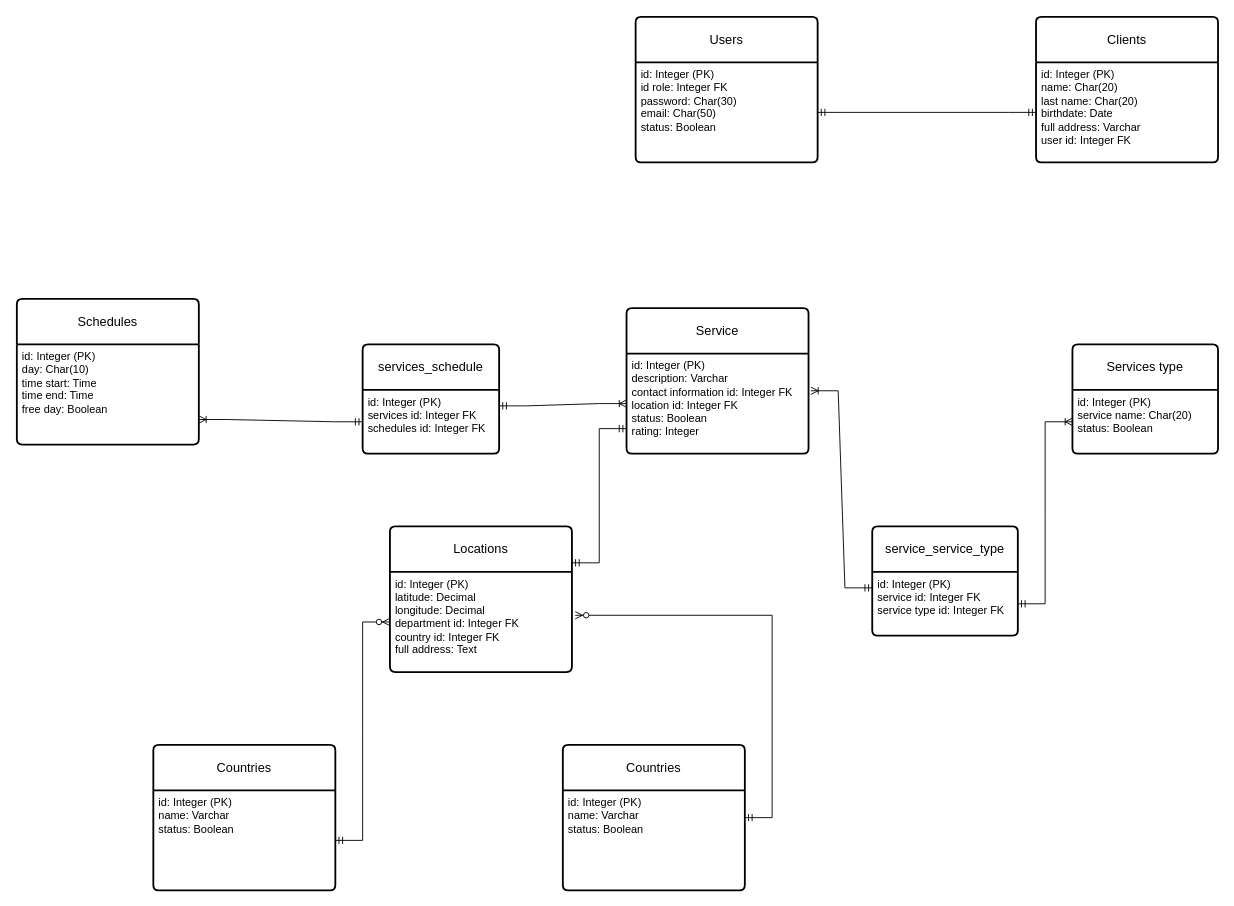
Before: caminoDiagrams/Diagrama fisico.drawio in DrDaxter/diagrams, a draw.io diagram. Source tidied: cells renumbered, new cells numbered last; positions are measured from the earlier drawing's top-left corner, leaving out a move shared by most shapes. Both pictures are drawn from the tidied source at 91%, with x=0, y=0 at pixel (16, 16).
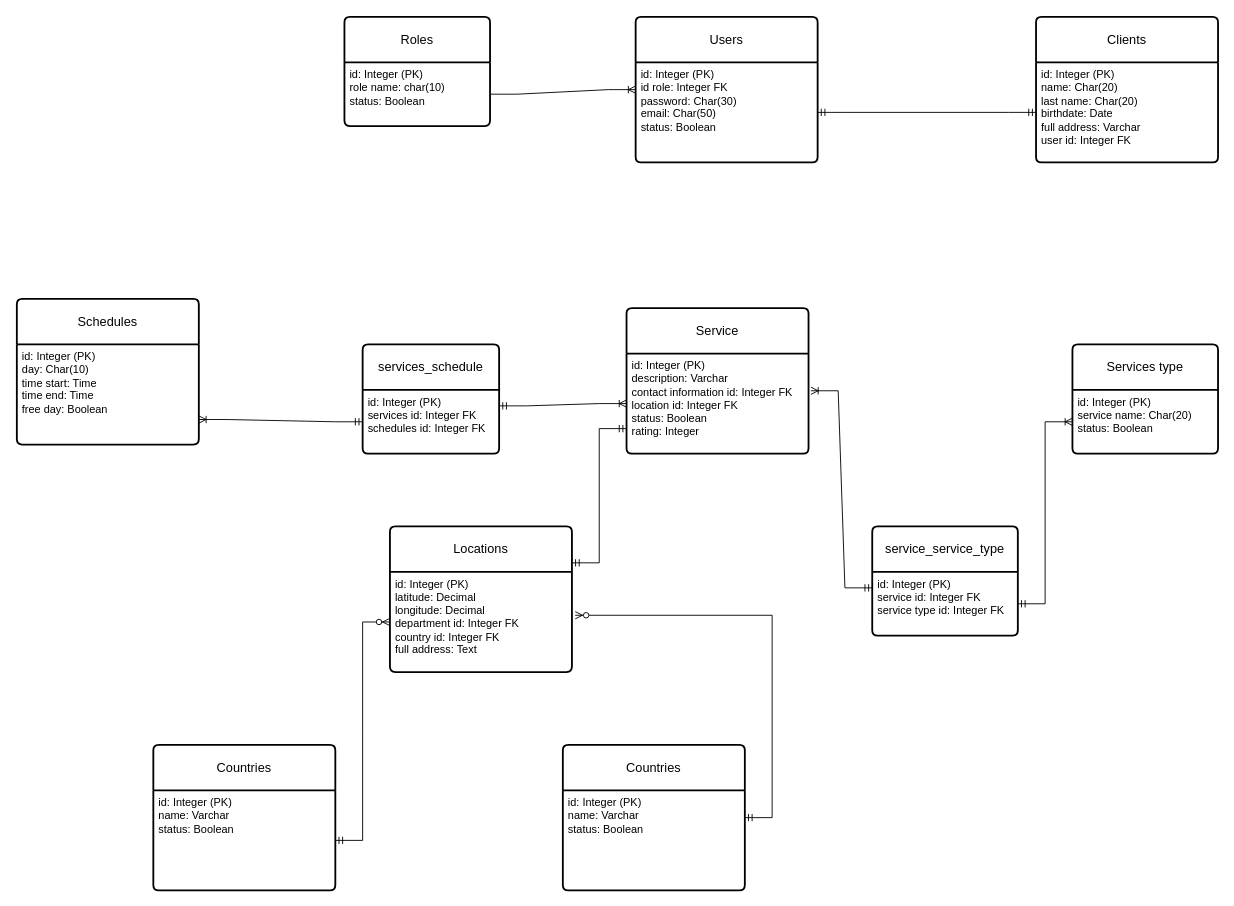
The same page after the edit.

The change refers to these unchanged cells:
```xml
<mxCell id="25" value="Users" style="swimlane;horizontal=1;startSize=50;rounded=1;fontSize=14;fontStyle=0;strokeWidth=2;shadow=0;dashed=0;align=center;arcSize=4;whiteSpace=wrap;html=1;" parent="1" vertex="1">
  <mxGeometry x="680" width="200" height="160" as="geometry" />
</mxCell>
```

Change to the diagram source:
```diff
@@
+    <mxCell id="30" value="Roles" style="swimlane;horizontal=1;startSize=50;rounded=1;fontSize=14;fontStyle=0;strokeWidth=2;shadow=0;dashed=0;align=center;arcSize=4;whiteSpace=wrap;html=1;" parent="1" vertex="1">
+      <mxGeometry x="360" width="160" height="120" as="geometry" />
+    </mxCell>
+    <mxCell id="31" value="id: Integer (PK)&lt;br&gt;role name: char(10)&lt;br&gt;status: Boolean" style="align=left;strokeColor=none;fillColor=none;spacingLeft=4;fontSize=12;verticalAlign=top;html=1;" parent="30" vertex="1">
+      <mxGeometry y="50" width="160" height="70" as="geometry" />
+    </mxCell>
+    <mxCell id="32" style="edgeStyle=entityRelationEdgeStyle;fontSize=12;html=1;endArrow=ERoneToMany;rounded=0;exitX=1;exitY=0.5;exitDx=0;exitDy=0;entryX=0;entryY=0.5;entryDx=0;entryDy=0;" parent="1" edge="1" source="31" target="25">
+      <mxGeometry relative="1" as="geometry" />
+    </mxCell>
```
